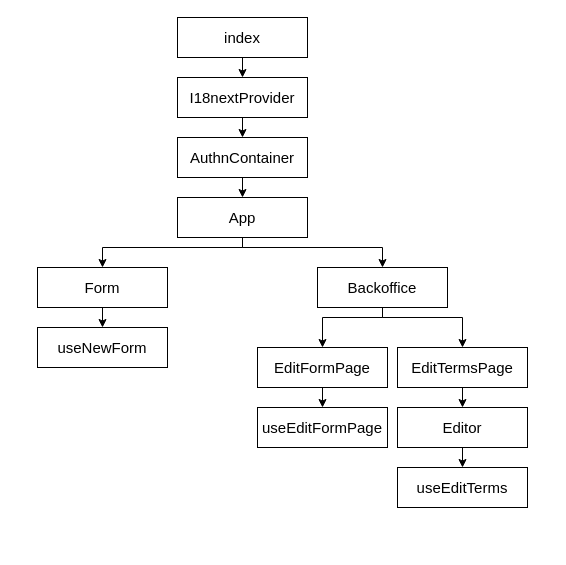
Before: docs/report/figures/reactComponentTree.drawio in dadiva-team/dadiva-ipo, a draw.io diagram. Source tidied: cells renumbered, new cells numbered last; positions are measured from the earlier drawing's top-left corner, leaving out a move shared by most shapes. Both pictures are drawn from the tidied source at 100%, with x=0, y=0 at pixel (37, 17). Pictures stored in the file or linked from it are replaced by grey dashed boxes.
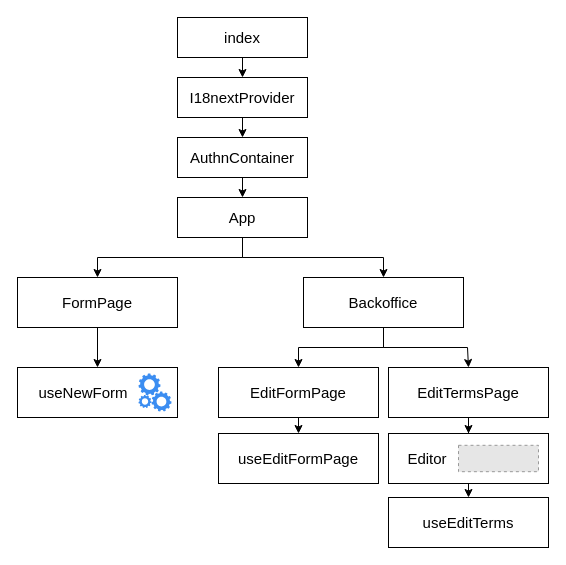
Above is the later version.

The change refers to these unchanged cells:
```xml
<mxCell id="5" value="&lt;span style=&quot;font-size: 15px;&quot;&gt;AuthnContainer&lt;/span&gt;" style="rounded=0;whiteSpace=wrap;html=1;" parent="1" vertex="1">
  <mxGeometry x="140" y="120" width="130" height="40" as="geometry" />
</mxCell>
<mxCell id="8" value="&lt;span style=&quot;font-size: 15px;&quot;&gt;App&lt;/span&gt;" style="rounded=0;whiteSpace=wrap;html=1;" parent="1" vertex="1">
  <mxGeometry x="140" y="180" width="130" height="40" as="geometry" />
</mxCell>
```

Diff of the diagram source:
```diff
@@
     <mxCell id="6" style="edgeStyle=orthogonalEdgeStyle;rounded=0;jettySize=auto;html=1;exitX=0.5;exitY=1;exitDx=0;exitDy=0;entryX=0.5;entryY=0;entryDx=0;entryDy=0;" parent="1" edge="1" source="8" target="10">
-      <mxGeometry relative="1" as="geometry">
-        <Array as="points">
-          <mxPoint x="205" y="230" />
-          <mxPoint x="65" y="230" />
-        </Array>
-      </mxGeometry>
+      <mxGeometry relative="1" as="geometry" />
     </mxCell>
-    <mxCell id="7" style="edgeStyle=orthogonalEdgeStyle;rounded=0;jettySize=auto;html=1;exitX=0.5;exitY=1;exitDx=0;exitDy=0;entryX=0.5;entryY=0;entryDx=0;entryDy=0;" parent="1" edge="1" source="8" target="13">
-      <mxGeometry relative="1" as="geometry">
-        <Array as="points">
-          <mxPoint x="205" y="230" />
-          <mxPoint x="345" y="230" />
-        </Array>
-      </mxGeometry>
+    <mxCell id="7" style="edgeStyle=orthogonalEdgeStyle;rounded=0;jettySize=auto;html=1;exitX=0.5;exitY=1;exitDx=0;exitDy=0;" parent="1" edge="1" source="8" target="13">
+      <mxGeometry relative="1" as="geometry" />
     </mxCell>
@@
-    <mxCell id="10" value="&lt;span style=&quot;font-size: 15px;&quot;&gt;Form&lt;/span&gt;" style="rounded=0;whiteSpace=wrap;html=1;" parent="1" vertex="1">
-      <mxGeometry y="250" width="130" height="40" as="geometry" />
+    <mxCell id="10" value="&lt;span style=&quot;font-size: 15px;&quot;&gt;FormPage&lt;/span&gt;" style="rounded=0;whiteSpace=wrap;html=1;" parent="1" vertex="1">
+      <mxGeometry x="-20" y="260" width="160" height="50" as="geometry" />
     </mxCell>
+    <mxCell id="12" style="edgeStyle=orthogonalEdgeStyle;rounded=0;jettySize=auto;html=1;exitX=0.5;exitY=1;exitDx=0;exitDy=0;entryX=0.5;entryY=0;entryDx=0;entryDy=0;" parent="1" edge="1" source="13" target="19">
+      <mxGeometry relative="1" as="geometry">
+        <Array as="points">
+          <mxPoint x="346" y="330" />
+          <mxPoint x="430" y="330" />
+        </Array>
+      </mxGeometry>
+    </mxCell>
     <mxCell id="11" style="edgeStyle=orthogonalEdgeStyle;rounded=0;jettySize=auto;html=1;exitX=0.5;exitY=1;exitDx=0;exitDy=0;entryX=0.5;entryY=0;entryDx=0;entryDy=0;" parent="1" edge="1" source="13" target="15">
       <mxGeometry relative="1" as="geometry">
         <Array as="points">
-          <mxPoint x="345" y="300" />
-          <mxPoint x="285" y="300" />
+          <mxPoint x="346" y="330" />
+          <mxPoint x="261" y="330" />
         </Array>
       </mxGeometry>
     </mxCell>
-    <mxCell id="12" style="edgeStyle=orthogonalEdgeStyle;rounded=0;jettySize=auto;html=1;exitX=0.5;exitY=1;exitDx=0;exitDy=0;entryX=0.5;entryY=0;entryDx=0;entryDy=0;" parent="1" edge="1" source="13" target="19">
-      <mxGeometry relative="1" as="geometry">
-        <Array as="points">
-          <mxPoint x="345" y="300" />
-          <mxPoint x="425" y="300" />
-        </Array>
-      </mxGeometry>
-    </mxCell>
-    <mxCell id="13" value="&lt;span style=&quot;font-size: 15px;&quot;&gt;Backoffice&lt;/span&gt;" style="rounded=0;whiteSpace=wrap;html=1;" parent="1" vertex="1">
-      <mxGeometry x="280" y="250" width="130" height="40" as="geometry" />
-    </mxCell>
+    <mxCell id="16" style="rounded=0;whiteSpace=wrap;html=1;" parent="1" vertex="1">
+      <mxGeometry x="-20" y="350" width="160" height="50" as="geometry" />
+    </mxCell>
+    <mxCell id="23" style="edgeStyle=orthogonalEdgeStyle;rounded=0;jettySize=auto;html=1;exitX=0.5;exitY=1;exitDx=0;exitDy=0;entryX=0.5;entryY=0;entryDx=0;entryDy=0;" parent="1" edge="1" source="24" target="5">
+      <mxGeometry relative="1" as="geometry" />
+    </mxCell>
+    <mxCell id="24" value="&lt;span style=&quot;font-size: 15px;&quot;&gt;I18nextProvider&lt;/span&gt;" style="rounded=0;whiteSpace=wrap;html=1;" parent="1" vertex="1">
+      <mxGeometry x="140" y="60" width="130" height="40" as="geometry" />
+    </mxCell>
+    <mxCell id="25" value="&lt;span style=&quot;font-size: 15px;&quot;&gt;useNewForm&lt;/span&gt;" style="text;html=1;align=center;verticalAlign=middle;whiteSpace=wrap;rounded=0;" parent="1" vertex="1">
+      <mxGeometry x="1" y="360" width="90" height="30" as="geometry" />
+    </mxCell>
+    <mxCell id="26" style="sketch=0;html=1;strokeColor=none;shadow=0;fillColor=#3B8DF1;verticalAlign=top;labelPosition=center;verticalLabelPosition=bottom;shape=mxgraph.gcp2.gear;" parent="1" vertex="1">
+      <mxGeometry x="101" y="356" width="22" height="22" as="geometry" />
+    </mxCell>
+    <mxCell id="27" style="sketch=0;html=1;strokeColor=none;shadow=0;fillColor=#3B8DF1;verticalAlign=top;labelPosition=center;verticalLabelPosition=bottom;shape=mxgraph.gcp2.gear;" parent="1" vertex="1">
+      <mxGeometry x="114" y="374" width="20" height="20" as="geometry" />
+    </mxCell>
+    <mxCell id="28" style="sketch=0;html=1;strokeColor=none;shadow=0;fillColor=#3B8DF1;verticalAlign=top;labelPosition=center;verticalLabelPosition=bottom;shape=mxgraph.gcp2.gear;" parent="1" vertex="1">
+      <mxGeometry x="101" y="377.5" width="13" height="13" as="geometry" />
+    </mxCell>
@@
     <mxCell id="15" value="&lt;span style=&quot;font-size: 15px;&quot;&gt;EditFormPage&lt;/span&gt;" style="rounded=0;whiteSpace=wrap;html=1;" parent="1" vertex="1">
-      <mxGeometry x="220" y="330" width="130" height="40" as="geometry" />
+      <mxGeometry x="181" y="350" width="160" height="50" as="geometry" />
     </mxCell>
-    <mxCell id="16" value="&lt;span style=&quot;font-size: 15px;&quot;&gt;useNewForm&lt;/span&gt;" style="rounded=0;whiteSpace=wrap;html=1;" parent="1" vertex="1">
-      <mxGeometry y="310" width="130" height="40" as="geometry" />
-    </mxCell>
+    <mxCell id="29" style="edgeStyle=orthogonalEdgeStyle;rounded=0;jettySize=auto;html=1;" parent="1" edge="1" source="19" target="31">
+      <mxGeometry relative="1" as="geometry" />
+    </mxCell>
+    <mxCell id="19" value="&lt;span style=&quot;font-size: 15px;&quot;&gt;EditTermsPage&lt;/span&gt;" style="rounded=0;whiteSpace=wrap;html=1;" parent="1" vertex="1">
+      <mxGeometry x="351" y="350" width="160" height="50" as="geometry" />
+    </mxCell>
     <mxCell id="17" value="&lt;span style=&quot;font-size: 15px;&quot;&gt;useEditFormPage&lt;/span&gt;" style="rounded=0;whiteSpace=wrap;html=1;" parent="1" vertex="1">
-      <mxGeometry x="220" y="390" width="130" height="40" as="geometry" />
+      <mxGeometry x="181" y="416" width="160" height="50" as="geometry" />
     </mxCell>
-    <mxCell id="18" style="edgeStyle=orthogonalEdgeStyle;rounded=0;jettySize=auto;html=1;exitX=0.5;exitY=1;exitDx=0;exitDy=0;entryX=0.5;entryY=0;entryDx=0;entryDy=0;" parent="1" edge="1" source="19" target="21">
-      <mxGeometry relative="1" as="geometry" />
-    </mxCell>
-    <mxCell id="19" value="&lt;span style=&quot;font-size: 15px;&quot;&gt;EditTermsPage&lt;/span&gt;" style="rounded=0;whiteSpace=wrap;html=1;" parent="1" vertex="1">
-      <mxGeometry x="360" y="330" width="130" height="40" as="geometry" />
-    </mxCell>
-    <mxCell id="20" style="edgeStyle=orthogonalEdgeStyle;rounded=0;jettySize=auto;html=1;exitX=0.5;exitY=1;exitDx=0;exitDy=0;entryX=0.5;entryY=0;entryDx=0;entryDy=0;" parent="1" edge="1" source="21" target="22">
-      <mxGeometry relative="1" as="geometry" />
-    </mxCell>
+    <mxCell id="13" value="&lt;span style=&quot;font-size: 15px;&quot;&gt;Backoffice&lt;/span&gt;" style="rounded=0;whiteSpace=wrap;html=1;" parent="1" vertex="1">
+      <mxGeometry x="266" y="260" width="160" height="50" as="geometry" />
+    </mxCell>
+    <mxCell id="30" style="edgeStyle=orthogonalEdgeStyle;rounded=0;jettySize=auto;html=1;exitX=0.5;exitY=1;exitDx=0;exitDy=0;entryX=0.5;entryY=0;entryDx=0;entryDy=0;" parent="1" edge="1" source="31" target="22">
+      <mxGeometry relative="1" as="geometry" />
+    </mxCell>
+    <mxCell id="31" style="rounded=0;whiteSpace=wrap;html=1;" parent="1" vertex="1">
+      <mxGeometry x="351" y="416" width="160" height="50" as="geometry" />
+    </mxCell>
+    <mxCell id="22" value="&lt;span style=&quot;font-size: 15px;&quot;&gt;use&lt;/span&gt;&lt;span style=&quot;background-color: initial; font-size: 15px;&quot;&gt;EditTerms&lt;/span&gt;" style="rounded=0;whiteSpace=wrap;html=1;" parent="1" vertex="1">
+      <mxGeometry x="351" y="480" width="160" height="50" as="geometry" />
+    </mxCell>
+    <mxCell id="32" style="fillColor=#E6E6E6;strokeColor=#999999;dashed=1;verticalLabelPosition=bottom;labelBackgroundColor=default;verticalAlign=top;" parent="1" vertex="1">
+      <mxGeometry x="421" y="427.8" width="80" height="26.4" as="geometry" />
+    </mxCell>
-    <mxCell id="21" value="&lt;span style=&quot;font-size: 15px;&quot;&gt;Editor&lt;/span&gt;" style="rounded=0;whiteSpace=wrap;html=1;" parent="1" vertex="1">
-      <mxGeometry x="360" y="390" width="130" height="40" as="geometry" />
+    <mxCell id="21" value="&lt;span style=&quot;font-size: 15px;&quot;&gt;Editor&lt;/span&gt;" style="text;html=1;align=center;verticalAlign=middle;whiteSpace=wrap;rounded=0;" parent="1" vertex="1">
+      <mxGeometry x="345" y="425.8" width="90" height="30" as="geometry" />
     </mxCell>
-    <mxCell id="22" value="&lt;span style=&quot;font-size: 15px;&quot;&gt;use&lt;/span&gt;&lt;span style=&quot;font-size: 15px; background-color: initial;&quot;&gt;EditTerms&lt;/span&gt;" style="rounded=0;whiteSpace=wrap;html=1;" parent="1" vertex="1">
-      <mxGeometry x="360" y="450" width="130" height="40" as="geometry" />
-    </mxCell>
-    <mxCell id="23" style="edgeStyle=orthogonalEdgeStyle;rounded=0;jettySize=auto;html=1;exitX=0.5;exitY=1;exitDx=0;exitDy=0;entryX=0.5;entryY=0;entryDx=0;entryDy=0;" parent="1" edge="1" source="24" target="5">
-      <mxGeometry relative="1" as="geometry" />
-    </mxCell>
-    <mxCell id="24" value="&lt;span style=&quot;font-size: 15px;&quot;&gt;I18nextProvider&lt;/span&gt;" style="rounded=0;whiteSpace=wrap;html=1;" parent="1" vertex="1">
-      <mxGeometry x="140" y="60" width="130" height="40" as="geometry" />
-    </mxCell>
```
